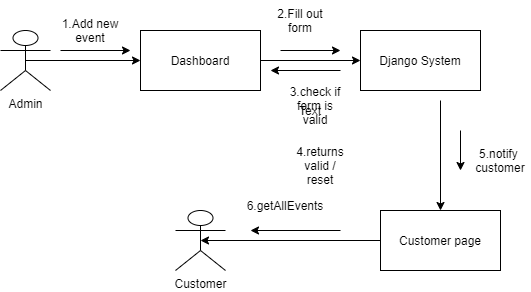
Earlier version of the draw.io export Diagrams/Collaboration Diagram/Events Collaboration diagram.png (renttrent/Techengers). Source tidied: cells renumbered, new cells last; positions are measured from the earlier drawing's top-left corner, leaving out a move shared by most shapes. Source of this version:
```xml
<mxGraphModel>
  <root>
    <mxCell id="0" />
    <mxCell id="1" parent="0" />
    <mxCell id="2" value="Admin" style="shape=umlActor;verticalLabelPosition=bottom;verticalAlign=top;html=1;outlineConnect=0;" parent="1" vertex="1">
      <mxGeometry y="30" width="50" height="60" as="geometry" />
    </mxCell>
    <mxCell id="3" value="Customer" style="shape=umlActor;verticalLabelPosition=bottom;verticalAlign=top;html=1;" parent="1" vertex="1">
      <mxGeometry x="175" y="210" width="50" height="60" as="geometry" />
    </mxCell>
    <mxCell id="4" value="Dashboard" style="rounded=0;whiteSpace=wrap;html=1;" parent="1" vertex="1">
      <mxGeometry x="140" y="30" width="120" height="60" as="geometry" />
    </mxCell>
    <mxCell id="5" style="endArrow=classic;html=1;exitX=0.5;exitY=0.5;exitDx=0;exitDy=0;exitPerimeter=0;entryX=0;entryY=0.5;entryDx=0;entryDy=0;" parent="1" edge="1" source="2" target="4">
      <mxGeometry relative="1" as="geometry" />
    </mxCell>
    <mxCell id="6" value="1.Add new event" style="text;html=1;strokeColor=none;fillColor=none;align=center;verticalAlign=middle;whiteSpace=wrap;rounded=0;" parent="1" vertex="1">
      <mxGeometry x="60" y="10" width="60" height="40" as="geometry" />
    </mxCell>
    <mxCell id="7" value="Django System" style="rounded=0;whiteSpace=wrap;html=1;" parent="1" vertex="1">
      <mxGeometry x="360" y="30" width="120" height="60" as="geometry" />
    </mxCell>
    <mxCell id="8" style="endArrow=classic;html=1;exitX=1;exitY=0.5;exitDx=0;exitDy=0;" parent="1" edge="1" source="4" target="7">
      <mxGeometry relative="1" as="geometry" />
    </mxCell>
    <mxCell id="9" value="2.Fill out form" style="text;html=1;strokeColor=none;fillColor=none;align=center;verticalAlign=middle;whiteSpace=wrap;rounded=0;" parent="1" vertex="1">
      <mxGeometry x="270" width="60" height="40" as="geometry" />
    </mxCell>
    <mxCell id="10" value="3.check if form is valid" style="text;html=1;strokeColor=none;fillColor=none;align=center;verticalAlign=middle;whiteSpace=wrap;rounded=0;" parent="1" vertex="1">
      <mxGeometry x="285" y="80" width="60" height="50" as="geometry" />
    </mxCell>
    <mxCell id="11" value="4.returns valid / reset" style="text;html=1;strokeColor=none;fillColor=none;align=center;verticalAlign=middle;whiteSpace=wrap;rounded=0;" parent="1" vertex="1">
      <mxGeometry x="290" y="140" width="60" height="50" as="geometry" />
    </mxCell>
    <mxCell id="12" style="endArrow=classic;html=1;exitX=0.167;exitY=1.25;exitDx=0;exitDy=0;exitPerimeter=0;" parent="1" edge="1" source="9">
      <mxGeometry relative="1" as="geometry">
        <mxPoint x="340" y="50" as="targetPoint" />
      </mxGeometry>
    </mxCell>
    <mxCell id="13" style="endArrow=classic;html=1;" parent="1" edge="1">
      <mxGeometry relative="1" as="geometry">
        <mxPoint x="340" y="70" as="sourcePoint" />
        <mxPoint x="270" y="70" as="targetPoint" />
      </mxGeometry>
    </mxCell>
    <mxCell id="14" style="endArrow=classic;html=1;exitX=0;exitY=1;exitDx=0;exitDy=0;" parent="1" edge="1" source="6">
      <mxGeometry relative="1" as="geometry">
        <mxPoint x="130" y="50" as="targetPoint" />
      </mxGeometry>
    </mxCell>
    <mxCell id="15" style="endArrow=classic;html=1;" parent="1" edge="1" target="16">
      <mxGeometry relative="1" as="geometry">
        <mxPoint x="440" y="100" as="sourcePoint" />
      </mxGeometry>
    </mxCell>
    <mxCell id="16" value="Customer page" style="rounded=0;whiteSpace=wrap;html=1;" parent="1" vertex="1">
      <mxGeometry x="380" y="210" width="120" height="60" as="geometry" />
    </mxCell>
    <mxCell id="17" value="5.notify&amp;nbsp; customer" style="text;html=1;strokeColor=none;fillColor=none;align=center;verticalAlign=middle;whiteSpace=wrap;rounded=0;" parent="1" vertex="1">
      <mxGeometry x="470" y="140" width="60" height="40" as="geometry" />
    </mxCell>
    <mxCell id="18" style="endArrow=classic;html=1;" parent="1" edge="1">
      <mxGeometry relative="1" as="geometry">
        <mxPoint x="460" y="130" as="sourcePoint" />
        <mxPoint x="460" y="170" as="targetPoint" />
      </mxGeometry>
    </mxCell>
    <mxCell id="19" style="endArrow=classic;html=1;exitX=0;exitY=0.5;exitDx=0;exitDy=0;" parent="1" edge="1" source="16">
      <mxGeometry relative="1" as="geometry">
        <mxPoint x="200" y="240" as="targetPoint" />
      </mxGeometry>
    </mxCell>
    <mxCell id="20" value="Text" style="text;html=1;strokeColor=none;fillColor=none;align=center;verticalAlign=middle;whiteSpace=wrap;rounded=0;" parent="1" vertex="1">
      <mxGeometry x="290" y="100" width="40" height="20" as="geometry" />
    </mxCell>
    <mxCell id="21" value="6.getAllEvents" style="text;html=1;strokeColor=none;fillColor=none;align=center;verticalAlign=middle;whiteSpace=wrap;rounded=0;" parent="1" vertex="1">
      <mxGeometry x="240" y="190" width="90" height="30" as="geometry" />
    </mxCell>
    <mxCell id="22" style="endArrow=classic;html=1;" parent="1" edge="1">
      <mxGeometry relative="1" as="geometry">
        <mxPoint x="340" y="230" as="sourcePoint" />
        <mxPoint x="250" y="230" as="targetPoint" />
      </mxGeometry>
    </mxCell>
  </root>
</mxGraphModel>
```
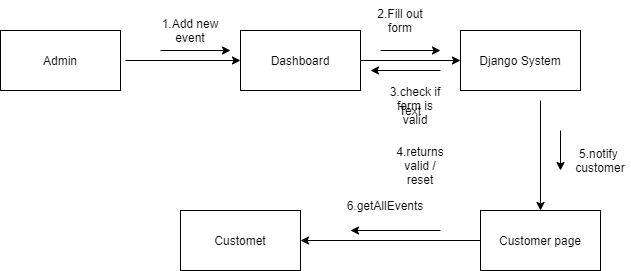
Above is the later version.

The edit, as a diff of the source:
```diff
@@ -2,17 +2,13 @@
   <root>
     <mxCell id="0" />
     <mxCell id="1" parent="0" />
-    <mxCell id="2" value="Admin" style="shape=umlActor;verticalLabelPosition=bottom;verticalAlign=top;html=1;outlineConnect=0;" parent="1" vertex="1">
-      <mxGeometry y="30" width="50" height="60" as="geometry" />
-    </mxCell>
-    <mxCell id="3" value="Customer" style="shape=umlActor;verticalLabelPosition=bottom;verticalAlign=top;html=1;" parent="1" vertex="1">
-      <mxGeometry x="175" y="210" width="50" height="60" as="geometry" />
-    </mxCell>
     <mxCell id="4" value="Dashboard" style="rounded=0;whiteSpace=wrap;html=1;" parent="1" vertex="1">
       <mxGeometry x="140" y="30" width="120" height="60" as="geometry" />
     </mxCell>
-    <mxCell id="5" style="endArrow=classic;html=1;exitX=0.5;exitY=0.5;exitDx=0;exitDy=0;exitPerimeter=0;entryX=0;entryY=0.5;entryDx=0;entryDy=0;" parent="1" edge="1" source="2" target="4">
-      <mxGeometry relative="1" as="geometry" />
+    <mxCell id="5" style="endArrow=classic;html=1;exitX=0.5;exitY=0.5;exitDx=0;exitDy=0;exitPerimeter=0;entryX=0;entryY=0.5;entryDx=0;entryDy=0;" parent="1" edge="1" target="4">
+      <mxGeometry relative="1" as="geometry">
+        <mxPoint x="25" y="60" as="sourcePoint" />
+      </mxGeometry>
     </mxCell>
     <mxCell id="6" value="1.Add new event" style="text;html=1;strokeColor=none;fillColor=none;align=center;verticalAlign=middle;whiteSpace=wrap;rounded=0;" parent="1" vertex="1">
       <mxGeometry x="60" y="10" width="60" height="40" as="geometry" />
@@ -82,5 +78,11 @@
         <mxPoint x="250" y="230" as="targetPoint" />
       </mxGeometry>
     </mxCell>
+    <mxCell id="2" value="Admin" style="rounded=0;whiteSpace=wrap;html=1;" parent="1" vertex="1">
+      <mxGeometry x="-100" y="30" width="120" height="60" as="geometry" />
+    </mxCell>
+    <mxCell id="23" value="Customet" style="rounded=0;whiteSpace=wrap;html=1;" parent="1" vertex="1">
+      <mxGeometry x="80" y="210" width="120" height="60" as="geometry" />
+    </mxCell>
   </root>
 </mxGraphModel>
```
